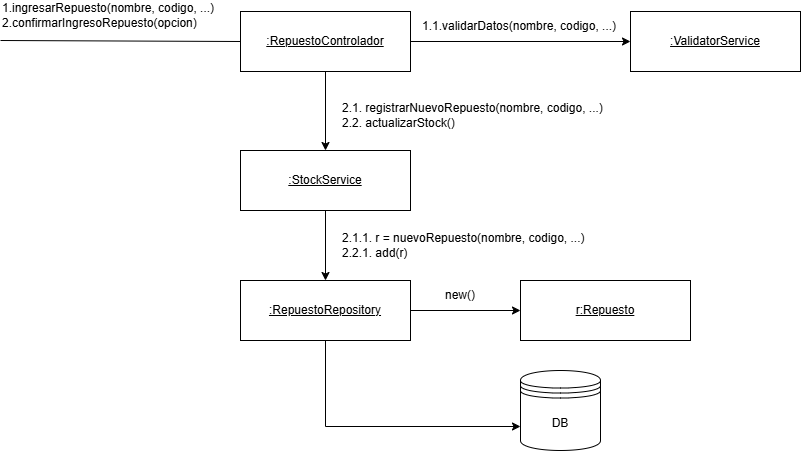
Earlier version of the draw.io export Diagramas/Diagramas de Colaboracion/DCCU4.png (pinto0528/TFI_DS). Source tidied: cells renumbered, new cells last; positions are measured from the earlier drawing's top-left corner, leaving out a move shared by most shapes.
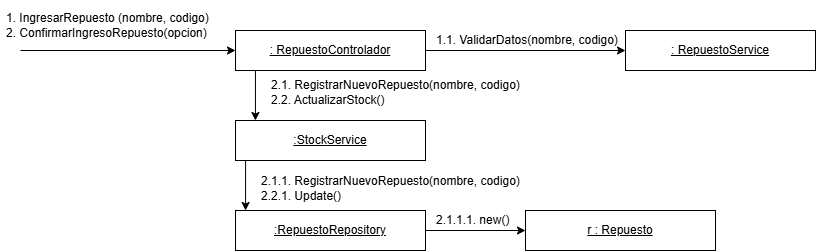
Later version of the same file.

Commit message:
Reemplazar archivo corrupto

Change to the diagram source:
```diff
@@ -2,62 +2,61 @@
   <root>
     <mxCell id="0" />
     <mxCell id="1" parent="0" />
-    <mxCell id="2" style="edgeStyle=orthogonalEdgeStyle;rounded=0;jettySize=auto;html=1;entryX=0;entryY=0.5;entryDx=0;entryDy=0;" parent="1" edge="1" source="4" target="7">
-      <mxGeometry relative="1" as="geometry" />
-    </mxCell>
-    <mxCell id="3" style="edgeStyle=orthogonalEdgeStyle;rounded=0;jettySize=auto;html=1;entryX=0.5;entryY=0;entryDx=0;entryDy=0;" parent="1" edge="1" source="4" target="10">
-      <mxGeometry relative="1" as="geometry" />
-    </mxCell>
-    <mxCell id="4" value="&lt;u&gt;:RepuestoControlador&lt;/u&gt;" style="rounded=0;whiteSpace=wrap;html=1;" parent="1" vertex="1">
-      <mxGeometry x="240" y="11" width="170" height="60" as="geometry" />
-    </mxCell>
-    <mxCell id="5" style="endArrow=none;html=1;rounded=0;entryX=0;entryY=0.5;entryDx=0;entryDy=0;" parent="1" edge="1" target="4">
-      <mxGeometry relative="1" as="geometry">
-        <mxPoint y="40" as="sourcePoint" />
-      </mxGeometry>
-    </mxCell>
-    <mxCell id="6" value="1.ingresarRepuesto(nombre, codigo, ...)&lt;div&gt;2.confirmarIngresoRepuesto(opcion)&lt;/div&gt;" style="text;html=1;whiteSpace=wrap;strokeColor=none;fillColor=none;align=left;verticalAlign=middle;rounded=0;" parent="1" vertex="1">
-      <mxGeometry width="220" height="30" as="geometry" />
-    </mxCell>
-    <mxCell id="7" value="&lt;u&gt;:ValidatorService&lt;/u&gt;" style="rounded=0;whiteSpace=wrap;html=1;" parent="1" vertex="1">
-      <mxGeometry x="630" y="11" width="170" height="60" as="geometry" />
-    </mxCell>
-    <mxCell id="8" value="1.1.validarDatos(nombre, codigo, ...)" style="text;html=1;whiteSpace=wrap;strokeColor=none;fillColor=none;align=left;verticalAlign=middle;rounded=0;" parent="1" vertex="1">
-      <mxGeometry x="420" y="11" width="220" height="30" as="geometry" />
-    </mxCell>
-    <mxCell id="9" style="edgeStyle=orthogonalEdgeStyle;rounded=0;jettySize=auto;html=1;entryX=0.5;entryY=0;entryDx=0;entryDy=0;" parent="1" edge="1" source="10" target="14">
-      <mxGeometry relative="1" as="geometry" />
-    </mxCell>
-    <mxCell id="10" value="&lt;u&gt;:StockService&lt;/u&gt;" style="rounded=0;whiteSpace=wrap;html=1;" parent="1" vertex="1">
-      <mxGeometry x="240" y="150" width="170" height="60" as="geometry" />
-    </mxCell>
-    <mxCell id="11" value="2.1. registrarNuevoRepuesto(nombre, codigo, ...)&lt;div&gt;2.2. actualizarStock()&lt;/div&gt;" style="text;html=1;whiteSpace=wrap;strokeColor=none;fillColor=none;align=left;verticalAlign=middle;rounded=0;" parent="1" vertex="1">
-      <mxGeometry x="340" y="100" width="300" height="30" as="geometry" />
-    </mxCell>
-    <mxCell id="12" style="edgeStyle=orthogonalEdgeStyle;rounded=0;jettySize=auto;html=1;entryX=0;entryY=0.5;entryDx=0;entryDy=0;" parent="1" edge="1" source="14" target="16">
-      <mxGeometry relative="1" as="geometry" />
-    </mxCell>
-    <mxCell id="13" style="edgeStyle=orthogonalEdgeStyle;rounded=0;jettySize=auto;html=1;entryX=0;entryY=0.7;entryDx=0;entryDy=0;" parent="1" edge="1" source="14" target="18">
-      <mxGeometry relative="1" as="geometry">
-        <Array as="points">
-          <mxPoint x="325" y="426" />
-        </Array>
-      </mxGeometry>
-    </mxCell>
+    <mxCell id="19" style="edgeStyle=orthogonalEdgeStyle;rounded=0;jettySize=auto;html=1;entryX=0.105;entryY=0;entryDx=0;entryDy=0;entryPerimeter=0;" parent="1" edge="1" source="21" target="25">
+      <mxGeometry relative="1" as="geometry">
+        <Array as="points">
+          <mxPoint x="260" y="190" />
+        </Array>
+      </mxGeometry>
+    </mxCell>
+    <mxCell id="20" style="edgeStyle=orthogonalEdgeStyle;rounded=0;jettySize=auto;html=1;entryX=0;entryY=0.5;entryDx=0;entryDy=0;" parent="1" edge="1" source="21" target="30">
+      <mxGeometry relative="1" as="geometry" />
+    </mxCell>
+    <mxCell id="21" value=": RepuestoControlador" style="rounded=0;whiteSpace=wrap;html=1;fontStyle=4;" parent="1" vertex="1">
+      <mxGeometry x="240" y="100" width="190" height="40" as="geometry" />
+    </mxCell>
+    <mxCell id="22" style="endArrow=classic;html=1;rounded=0;entryX=0;entryY=0.5;entryDx=0;entryDy=0;" parent="1" edge="1" target="21">
+      <mxGeometry relative="1" as="geometry">
+        <mxPoint x="25" y="120" as="sourcePoint" />
+      </mxGeometry>
+    </mxCell>
+    <mxCell id="23" value="1. IngresarRepuesto (nombre, codigo)&lt;div&gt;2. ConfirmarIngresoRepuesto(opcion)&lt;/div&gt;" style="text;strokeColor=none;fillColor=none;align=left;verticalAlign=middle;spacingLeft=4;spacingRight=4;overflow=hidden;whiteSpace=wrap;html=1;" parent="1" vertex="1">
+      <mxGeometry x="5" y="70" width="230" height="50" as="geometry" />
+    </mxCell>
+    <mxCell id="24" style="edgeStyle=orthogonalEdgeStyle;rounded=0;jettySize=auto;html=1;entryX=0.053;entryY=0;entryDx=0;entryDy=0;entryPerimeter=0;" parent="1" edge="1" target="14">
+      <mxGeometry relative="1" as="geometry">
+        <mxPoint x="255" y="230" as="sourcePoint" />
+        <Array as="points">
+          <mxPoint x="250" y="230" />
+        </Array>
+      </mxGeometry>
+    </mxCell>
+    <mxCell id="25" value=":Stock&lt;span style=&quot;background-color: transparent; color: light-dark(rgb(0, 0, 0), rgb(255, 255, 255));&quot;&gt;Service&lt;/span&gt;" style="rounded=0;whiteSpace=wrap;html=1;fontStyle=4;" parent="1" vertex="1">
+      <mxGeometry x="240" y="190" width="190" height="40" as="geometry" />
+    </mxCell>
+    <mxCell id="26" value="2.1. RegistrarNuevoRepuesto(nombre, codigo)&lt;span style=&quot;background-color: transparent; color: light-dark(rgb(0, 0, 0), rgb(255, 255, 255)); white-space: pre;&quot;&gt;&#9;&lt;/span&gt;&lt;div&gt;2.2. ActualizarStock()&lt;/div&gt;" style="text;strokeColor=none;fillColor=none;align=left;verticalAlign=middle;spacingLeft=4;spacingRight=4;overflow=hidden;whiteSpace=wrap;html=1;" parent="1" vertex="1">
+      <mxGeometry x="270" y="140" width="290" height="44" as="geometry" />
+    </mxCell>
-    <mxCell id="14" value="&lt;u&gt;:RepuestoRepository&lt;/u&gt;" style="rounded=0;whiteSpace=wrap;html=1;" parent="1" vertex="1">
-      <mxGeometry x="240" y="280" width="170" height="60" as="geometry" />
+    <mxCell id="14" value=":RepuestoRepository" style="rounded=0;whiteSpace=wrap;html=1;fontStyle=4;" parent="1" vertex="1">
+      <mxGeometry x="240" y="280" width="190" height="40" as="geometry" />
     </mxCell>
-    <mxCell id="15" value="2.1.1. r = nuevoRepuesto(nombre, codigo, ...)&lt;div&gt;2.2.1. add(r)&lt;/div&gt;" style="text;html=1;whiteSpace=wrap;strokeColor=none;fillColor=none;align=left;verticalAlign=middle;rounded=0;" parent="1" vertex="1">
-      <mxGeometry x="340" y="230" width="300" height="30" as="geometry" />
-    </mxCell>
-    <mxCell id="16" value="&lt;u&gt;r:Repuesto&lt;/u&gt;" style="rounded=0;whiteSpace=wrap;html=1;" parent="1" vertex="1">
-      <mxGeometry x="520" y="280" width="170" height="60" as="geometry" />
-    </mxCell>
-    <mxCell id="17" value="new()" style="text;html=1;whiteSpace=wrap;strokeColor=none;fillColor=none;align=center;verticalAlign=middle;rounded=0;" parent="1" vertex="1">
-      <mxGeometry x="430" y="280" width="60" height="30" as="geometry" />
-    </mxCell>
-    <mxCell id="18" value="DB" style="shape=datastore;whiteSpace=wrap;html=1;" parent="1" vertex="1">
-      <mxGeometry x="520" y="370" width="80" height="80" as="geometry" />
-    </mxCell>
+    <mxCell id="27" value="r : Repuesto" style="rounded=0;whiteSpace=wrap;html=1;fontStyle=4;" parent="1" vertex="1">
+      <mxGeometry x="530" y="280" width="190" height="40" as="geometry" />
+    </mxCell>
+    <mxCell id="28" style="edgeStyle=orthogonalEdgeStyle;rounded=0;jettySize=auto;html=1;exitX=1;exitY=0.5;exitDx=0;exitDy=0;entryX=0;entryY=0.5;entryDx=0;entryDy=0;" parent="1" edge="1" source="14" target="27">
+      <mxGeometry relative="1" as="geometry" />
+    </mxCell>
+    <mxCell id="29" value="2.1.1.1. new()&lt;span style=&quot;white-space: pre;&quot;&gt;&#9;&lt;/span&gt;" style="text;strokeColor=none;fillColor=none;align=left;verticalAlign=middle;spacingLeft=4;spacingRight=4;overflow=hidden;whiteSpace=wrap;html=1;" parent="1" vertex="1">
+      <mxGeometry x="435" y="280" width="95" height="20" as="geometry" />
+    </mxCell>
+    <mxCell id="30" value=": RepuestoService" style="rounded=0;whiteSpace=wrap;html=1;fontStyle=4;" parent="1" vertex="1">
+      <mxGeometry x="630" y="100" width="190" height="40" as="geometry" />
+    </mxCell>
+    <mxCell id="31" value="1.1. ValidarDatos(nombre, codigo)" style="text;strokeColor=none;fillColor=none;align=left;verticalAlign=middle;spacingLeft=4;spacingRight=4;overflow=hidden;whiteSpace=wrap;html=1;" parent="1" vertex="1">
+      <mxGeometry x="435" y="100" width="195" height="20" as="geometry" />
+    </mxCell>
+    <mxCell id="32" value="2.1.1. RegistrarNuevoRepuesto(nombre, codigo)&lt;span style=&quot;background-color: transparent; color: light-dark(rgb(0, 0, 0), rgb(255, 255, 255)); white-space: pre;&quot;&gt;&#9;&lt;/span&gt;&lt;div&gt;2.2.1. Update()&lt;/div&gt;" style="text;strokeColor=none;fillColor=none;align=left;verticalAlign=middle;spacingLeft=4;spacingRight=4;overflow=hidden;whiteSpace=wrap;html=1;" parent="1" vertex="1">
+      <mxGeometry x="260" y="236" width="290" height="44" as="geometry" />
+    </mxCell>
   </root>
 </mxGraphModel>
```
